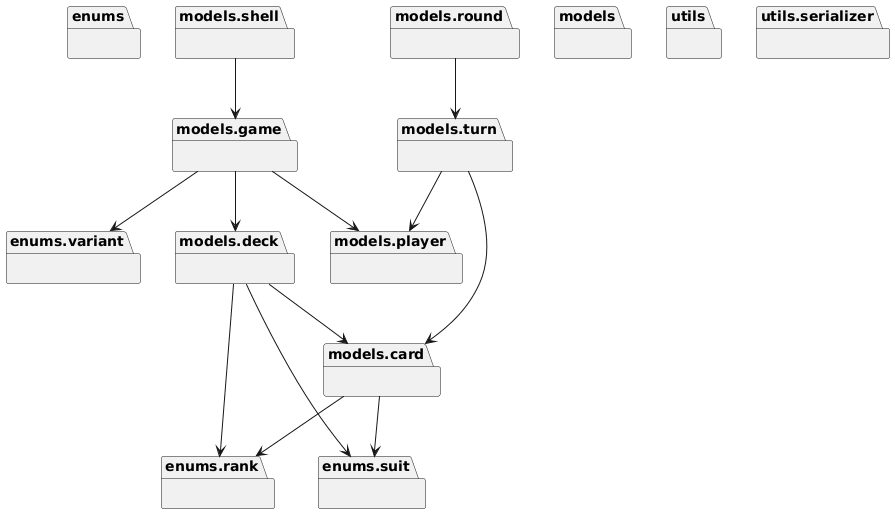
The PlantUML diagram docs/uml/png/packages_war.png in b3h3m0th/war, before a commit.
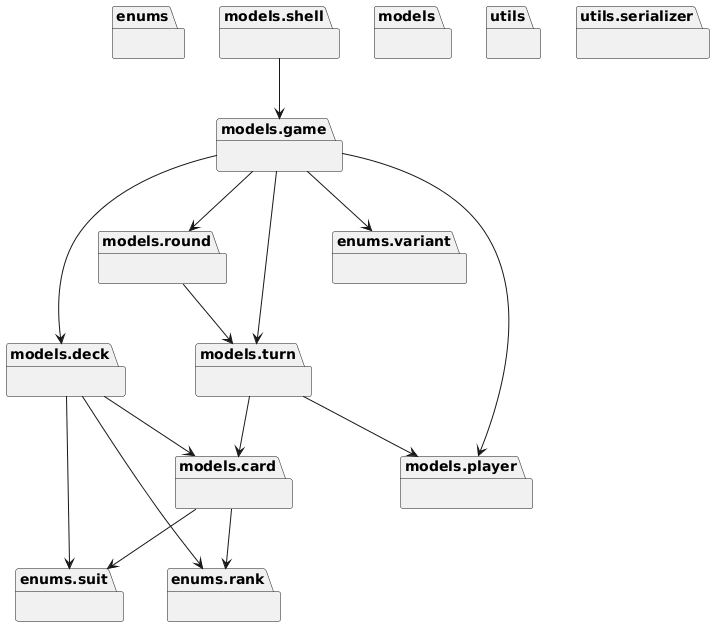
The same diagram one commit later.

The edit, as a diff of the source:
```diff
@@ -36,6 +36,8 @@
 models.game --> enums.variant
 models.game --> models.deck
 models.game --> models.player
+models.game --> models.round
+models.game --> models.turn
 models.round --> models.turn
 models.shell --> models.game
 models.turn --> models.card
```
